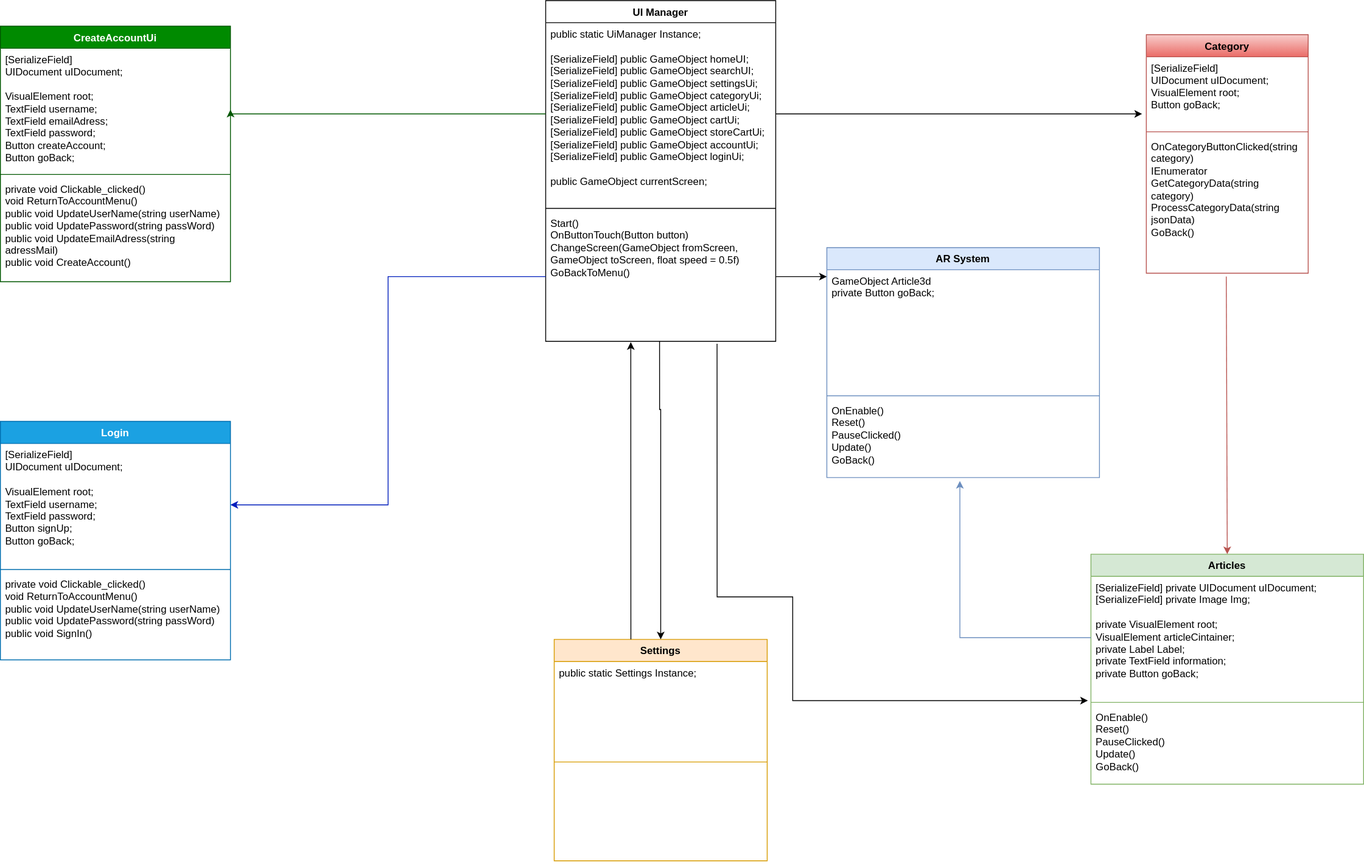
The draw.io diagram DiagrammeClass.drawio.drawio.svg in Ashura100/Projet4, before a commit. Source tidied: cells renumbered, new cells last; positions are measured from the earlier drawing's top-left corner, leaving out a move shared by most shapes.
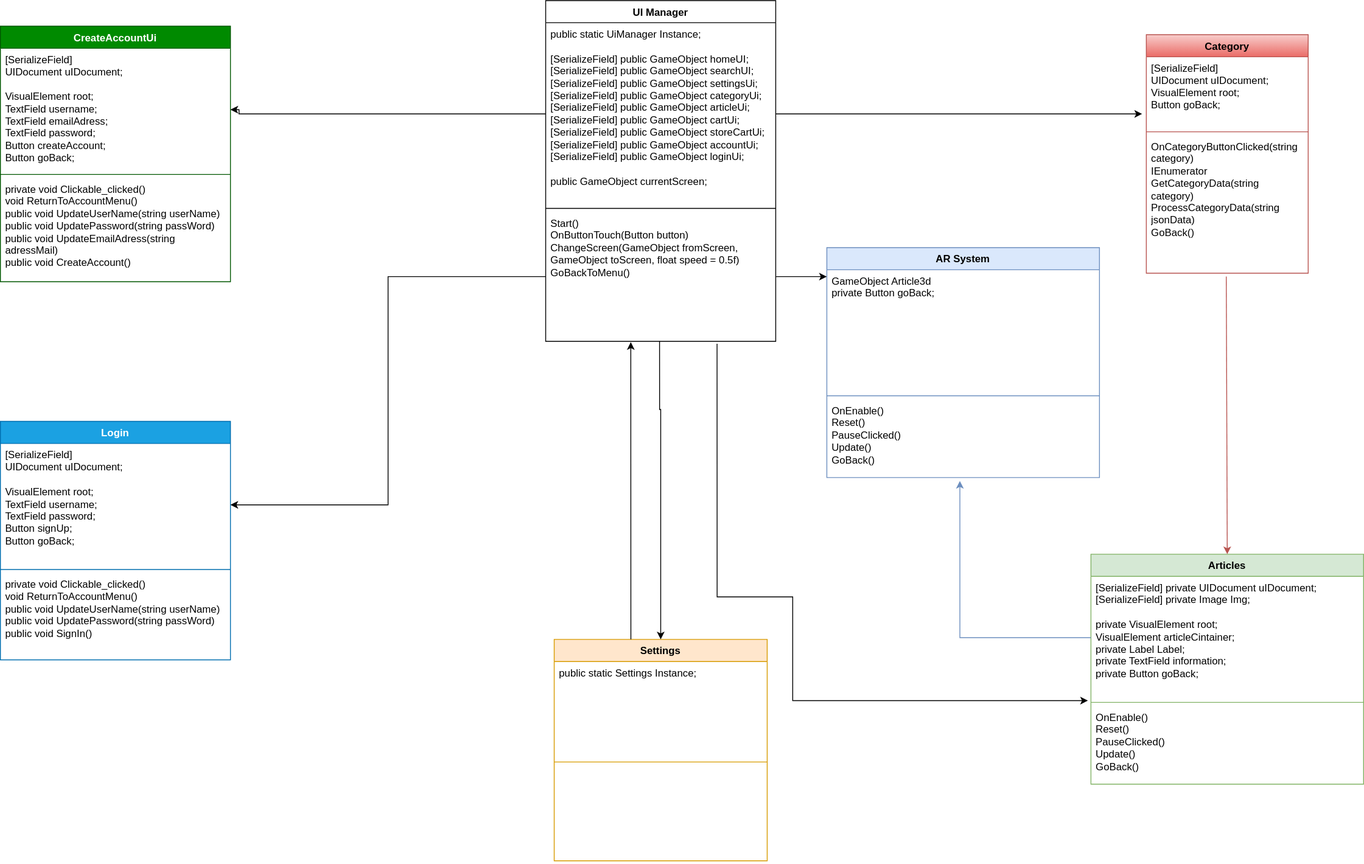
After the change.

Commit message:
Mettre à jour DiagrammeClass.drawio.drawio.svg

What changed in the source:
```diff
@@ -89,7 +89,7 @@
     <mxCell id="30" style="edgeStyle=orthogonalEdgeStyle;rounded=0;jettySize=auto;html=1;entryX=-0.026;entryY=0.798;entryDx=0;entryDy=0;entryPerimeter=0;" parent="1" edge="1" source="3" target="11">
       <mxGeometry relative="1" as="geometry" />
     </mxCell>
-    <mxCell id="31" style="edgeStyle=orthogonalEdgeStyle;rounded=0;jettySize=auto;html=1;entryX=1;entryY=0.5;entryDx=0;entryDy=0;fillColor=#0050ef;strokeColor=#001DBC;" parent="1" edge="1" source="5" target="19">
+    <mxCell id="31" style="edgeStyle=orthogonalEdgeStyle;rounded=0;jettySize=auto;html=1;entryX=1;entryY=0.5;entryDx=0;entryDy=0;" parent="1" edge="1" source="5" target="19">
       <mxGeometry relative="1" as="geometry" />
     </mxCell>
     <mxCell id="32" style="edgeStyle=orthogonalEdgeStyle;rounded=0;jettySize=auto;html=1;entryX=0;entryY=0.056;entryDx=0;entryDy=0;entryPerimeter=0;" parent="1" edge="1" source="5" target="27">
@@ -129,10 +129,11 @@
         </Array>
       </mxGeometry>
     </mxCell>
-    <mxCell id="38" style="edgeStyle=orthogonalEdgeStyle;rounded=0;jettySize=auto;html=1;entryX=1;entryY=0.5;entryDx=0;entryDy=0;fillColor=#008a00;strokeColor=#005700;" parent="1" edge="1" source="3" target="15">
+    <mxCell id="38" style="edgeStyle=orthogonalEdgeStyle;rounded=0;jettySize=auto;html=1;entryX=1;entryY=0.5;entryDx=0;entryDy=0;" parent="1" edge="1" source="3" target="15">
       <mxGeometry relative="1" as="geometry">
         <Array as="points">
-          <mxPoint x="270" y="133" />
+          <mxPoint x="280" y="133" />
+          <mxPoint x="280" y="128" />
         </Array>
       </mxGeometry>
     </mxCell>
```
